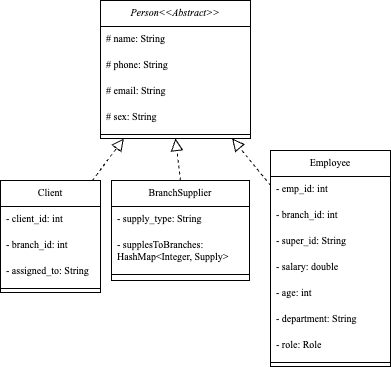
Kazybekkh/KazCable-DBMS keeps this draw.io diagram as DesignDiagrams/Abstraction.png. Above is the earlier version. Source tidied: cells renumbered, new cells last; positions are measured from the earlier drawing's top-left corner, leaving out a move shared by most shapes.
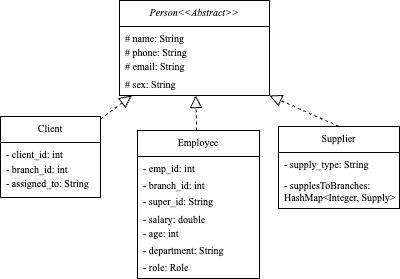
The same file after the commit.

Commit message:
Re-structured Diagrams

The edit, as a diff of the source:
```diff
@@ -3,85 +3,73 @@
     <mxCell id="0" />
     <mxCell id="1" parent="0" />
     <mxCell id="2" value="Person&lt;&lt;Abstract&gt;&gt;" style="swimlane;fontStyle=2;align=center;verticalAlign=top;horizontal=1;startSize=26;rounded=0;shadow=0;strokeWidth=1;fontFamily=Times New Roman;fontSize=10;" parent="1" vertex="1">
-      <mxGeometry x="100" width="150" height="138" as="geometry" />
+      <mxGeometry x="100" width="150" height="95" as="geometry" />
     </mxCell>
     <mxCell id="3" value="# name: String" style="text;align=left;verticalAlign=top;spacingLeft=4;spacingRight=4;overflow=hidden;fontFamily=Times New Roman;fontSize=10;" parent="2" vertex="1">
-      <mxGeometry y="26" width="150" height="26" as="geometry" />
+      <mxGeometry y="26" width="150" height="14" as="geometry" />
     </mxCell>
     <mxCell id="4" value="# phone: String" style="text;align=left;verticalAlign=top;spacingLeft=4;spacingRight=4;overflow=hidden;rounded=0;shadow=0;html=0;fontFamily=Times New Roman;fontSize=10;" parent="2" vertex="1">
-      <mxGeometry y="52" width="150" height="26" as="geometry" />
+      <mxGeometry y="40" width="150" height="14" as="geometry" />
     </mxCell>
     <mxCell id="5" value="# email: String" style="text;align=left;verticalAlign=top;spacingLeft=4;spacingRight=4;overflow=hidden;rounded=0;shadow=0;html=0;fontFamily=Times New Roman;fontSize=10;" parent="2" vertex="1">
-      <mxGeometry y="78" width="150" height="26" as="geometry" />
+      <mxGeometry y="54" width="150" height="18" as="geometry" />
     </mxCell>
     <mxCell id="6" value="# sex: String" style="text;align=left;verticalAlign=top;spacingLeft=4;spacingRight=4;overflow=hidden;rounded=0;shadow=0;html=0;fontFamily=Times New Roman;fontSize=10;" parent="2" vertex="1">
-      <mxGeometry y="104" width="150" height="26" as="geometry" />
+      <mxGeometry y="72" width="150" height="15" as="geometry" />
     </mxCell>
-    <mxCell id="7" style="line;html=1;strokeWidth=1;align=left;verticalAlign=middle;spacingTop=-1;spacingLeft=3;spacingRight=3;labelPosition=right;fontFamily=Times New Roman;fontSize=10;" parent="2" vertex="1">
-      <mxGeometry y="130" width="150" height="8" as="geometry" />
-    </mxCell>
     <mxCell id="8" value="Client" style="swimlane;fontStyle=0;align=center;verticalAlign=top;horizontal=1;startSize=26;rounded=0;shadow=0;strokeWidth=1;fontFamily=Times New Roman;fontSize=10;" parent="1" vertex="1">
-      <mxGeometry y="180" width="100" height="112" as="geometry" />
+      <mxGeometry x="-19" y="116" width="100" height="81" as="geometry" />
     </mxCell>
     <mxCell id="9" value="- client_id: int" style="text;align=left;verticalAlign=top;spacingLeft=4;spacingRight=4;overflow=hidden;fontFamily=Times New Roman;fontSize=10;" parent="8" vertex="1">
-      <mxGeometry y="26" width="100" height="26" as="geometry" />
+      <mxGeometry y="26" width="100" height="15" as="geometry" />
     </mxCell>
     <mxCell id="10" value="- branch_id: int" style="text;align=left;verticalAlign=top;spacingLeft=4;spacingRight=4;overflow=hidden;rounded=0;shadow=0;html=0;fontFamily=Times New Roman;fontSize=10;" parent="8" vertex="1">
-      <mxGeometry y="52" width="100" height="26" as="geometry" />
+      <mxGeometry y="41" width="100" height="14" as="geometry" />
     </mxCell>
     <mxCell id="11" value="- assigned_to: String" style="text;align=left;verticalAlign=top;spacingLeft=4;spacingRight=4;overflow=hidden;rounded=0;shadow=0;html=0;fontFamily=Times New Roman;fontSize=10;" parent="8" vertex="1">
-      <mxGeometry y="78" width="100" height="26" as="geometry" />
+      <mxGeometry y="55" width="100" height="18" as="geometry" />
     </mxCell>
-    <mxCell id="12" style="line;html=1;strokeWidth=1;align=left;verticalAlign=middle;spacingTop=-1;spacingLeft=3;spacingRight=3;labelPosition=right;fontFamily=Times New Roman;fontSize=10;" parent="8" vertex="1">
-      <mxGeometry y="104" width="100" height="8" as="geometry" />
-    </mxCell>
     <mxCell id="13" style="endArrow=block;endSize=10;endFill=0;shadow=0;strokeWidth=1;rounded=0;elbow=vertical;fontFamily=Times New Roman;fontSize=10;dashed=1;" parent="1" edge="1" source="8" target="2">
       <mxGeometry relative="1" as="geometry" />
     </mxCell>
     <mxCell id="14" value="Employee" style="swimlane;fontStyle=0;align=center;verticalAlign=top;horizontal=1;startSize=26;rounded=0;shadow=0;strokeWidth=1;fontFamily=Times New Roman;fontSize=10;" parent="1" vertex="1">
-      <mxGeometry x="270" y="150" width="120" height="216" as="geometry" />
+      <mxGeometry x="118" y="130" width="122" height="148" as="geometry" />
     </mxCell>
     <mxCell id="15" value="- emp_id: int" style="text;align=left;verticalAlign=top;spacingLeft=4;spacingRight=4;overflow=hidden;fontFamily=Times New Roman;fontSize=10;" parent="14" vertex="1">
-      <mxGeometry y="26" width="120" height="26" as="geometry" />
+      <mxGeometry y="26" width="122" height="17" as="geometry" />
     </mxCell>
     <mxCell id="16" value="- branch_id: int" style="text;align=left;verticalAlign=top;spacingLeft=4;spacingRight=4;overflow=hidden;fontFamily=Times New Roman;fontSize=10;" parent="14" vertex="1">
-      <mxGeometry y="52" width="120" height="26" as="geometry" />
+      <mxGeometry y="43" width="122" height="16" as="geometry" />
     </mxCell>
     <mxCell id="17" value="- super_id: String" style="text;align=left;verticalAlign=top;spacingLeft=4;spacingRight=4;overflow=hidden;fontFamily=Times New Roman;fontSize=10;" parent="14" vertex="1">
-      <mxGeometry y="78" width="120" height="26" as="geometry" />
+      <mxGeometry y="59" width="122" height="18" as="geometry" />
     </mxCell>
     <mxCell id="18" value="- salary: double" style="text;align=left;verticalAlign=top;spacingLeft=4;spacingRight=4;overflow=hidden;fontFamily=Times New Roman;fontSize=10;" parent="14" vertex="1">
-      <mxGeometry y="104" width="120" height="26" as="geometry" />
+      <mxGeometry y="77" width="122" height="14" as="geometry" />
     </mxCell>
     <mxCell id="19" value="- age: int" style="text;align=left;verticalAlign=top;spacingLeft=4;spacingRight=4;overflow=hidden;fontFamily=Times New Roman;fontSize=10;" parent="14" vertex="1">
-      <mxGeometry y="130" width="120" height="26" as="geometry" />
+      <mxGeometry y="91" width="122" height="17" as="geometry" />
     </mxCell>
     <mxCell id="20" value="- department: String" style="text;align=left;verticalAlign=top;spacingLeft=4;spacingRight=4;overflow=hidden;fontFamily=Times New Roman;fontSize=10;" parent="14" vertex="1">
-      <mxGeometry y="156" width="120" height="26" as="geometry" />
+      <mxGeometry y="108" width="122" height="17" as="geometry" />
     </mxCell>
     <mxCell id="21" value="- role: Role" style="text;align=left;verticalAlign=top;spacingLeft=4;spacingRight=4;overflow=hidden;fontFamily=Times New Roman;fontSize=10;" parent="14" vertex="1">
-      <mxGeometry y="182" width="120" height="26" as="geometry" />
+      <mxGeometry y="125" width="122" height="16" as="geometry" />
     </mxCell>
-    <mxCell id="22" style="line;html=1;strokeWidth=1;align=left;verticalAlign=middle;spacingTop=-1;spacingLeft=3;spacingRight=3;labelPosition=right;fontFamily=Times New Roman;fontSize=10;" parent="14" vertex="1">
-      <mxGeometry y="208" width="120" height="8" as="geometry" />
-    </mxCell>
     <mxCell id="23" style="endArrow=block;endSize=10;endFill=0;shadow=0;strokeWidth=1;rounded=0;elbow=vertical;fontFamily=Times New Roman;fontSize=10;dashed=1;" parent="1" edge="1" source="14" target="2">
       <mxGeometry relative="1" as="geometry" />
     </mxCell>
-    <mxCell id="24" value="BranchSupplier" style="swimlane;fontStyle=0;align=center;verticalAlign=top;horizontal=1;startSize=26;rounded=0;shadow=0;strokeWidth=1;fontFamily=Times New Roman;fontSize=10;" parent="1" vertex="1">
-      <mxGeometry x="111" y="180" width="138" height="100" as="geometry" />
-    </mxCell>
+    <mxCell id="29" value="Supplier" style="swimlane;fontStyle=0;align=center;verticalAlign=top;horizontal=1;startSize=26;rounded=0;shadow=0;strokeWidth=1;fontFamily=Times New Roman;fontSize=10;" parent="1" vertex="1">
+      <mxGeometry x="259" y="126" width="121" height="82" as="geometry" />
+    </mxCell>
-    <mxCell id="25" value="- supply_type: String" style="text;align=left;verticalAlign=top;spacingLeft=4;spacingRight=4;overflow=hidden;fontFamily=Times New Roman;fontSize=10;" parent="24" vertex="1">
-      <mxGeometry y="26" width="138" height="26" as="geometry" />
+    <mxCell id="25" value="- supply_type: String" style="text;align=left;verticalAlign=top;spacingLeft=4;spacingRight=4;overflow=hidden;fontFamily=Times New Roman;fontSize=10;" parent="29" vertex="1">
+      <mxGeometry y="26" width="121" height="21" as="geometry" />
     </mxCell>
-    <mxCell id="26" value="- supplesToBranches: &#10;HashMap&lt;Integer, Supply&gt;" style="text;align=left;verticalAlign=top;spacingLeft=4;spacingRight=4;overflow=hidden;rounded=0;shadow=0;html=0;fontFamily=Times New Roman;fontSize=10;" parent="24" vertex="1">
-      <mxGeometry y="52" width="138" height="38" as="geometry" />
+    <mxCell id="26" value="- supplesToBranches: &#10;HashMap&lt;Integer, Supply&gt;" style="text;align=left;verticalAlign=top;spacingLeft=4;spacingRight=4;overflow=hidden;rounded=0;shadow=0;html=0;fontFamily=Times New Roman;fontSize=10;" parent="29" vertex="1">
+      <mxGeometry y="47" width="121" height="30" as="geometry" />
     </mxCell>
-    <mxCell id="27" style="line;html=1;strokeWidth=1;align=left;verticalAlign=middle;spacingTop=-1;spacingLeft=3;spacingRight=3;labelPosition=right;fontFamily=Times New Roman;fontSize=10;" parent="24" vertex="1">
-      <mxGeometry y="90" width="138" height="8" as="geometry" />
-    </mxCell>
-    <mxCell id="28" style="endArrow=block;endSize=10;endFill=0;shadow=0;strokeWidth=1;rounded=0;elbow=vertical;fontFamily=Times New Roman;fontSize=10;exitX=0.5;exitY=0;exitDx=0;exitDy=0;entryX=0.5;entryY=1;entryDx=0;entryDy=0;dashed=1;" parent="1" edge="1" source="24" target="2">
-      <mxGeometry relative="1" as="geometry" />
-    </mxCell>
+    <mxCell id="30" style="endArrow=block;endSize=10;endFill=0;shadow=0;strokeWidth=1;rounded=0;elbow=vertical;fontFamily=Times New Roman;fontSize=10;exitX=0.5;exitY=0;exitDx=0;exitDy=0;dashed=1;entryX=1;entryY=1;entryDx=0;entryDy=0;" parent="1" edge="1" source="29" target="2">
+      <mxGeometry relative="1" as="geometry" />
+    </mxCell>
   </root>
 </mxGraphModel>
```
